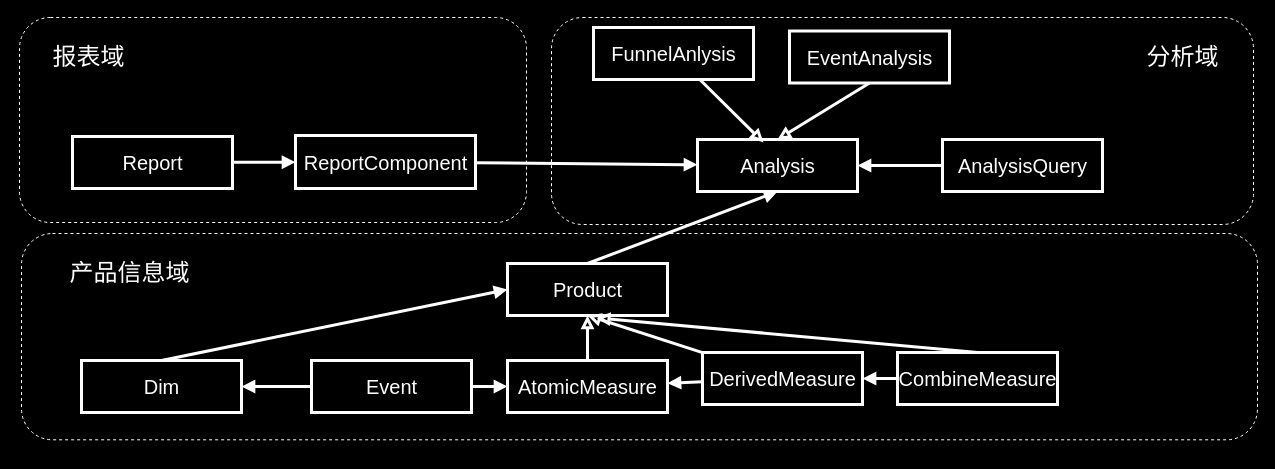
Before: page "Page-1" (1 of 3) of img/Untitled Diagram2.drawio in liuzhenying/liuzhenying.github.io, a draw.io diagram. Source tidied: cells renumbered, new cells numbered last; positions are measured from the earlier drawing's top-left corner, leaving out a move shared by most shapes. Both pictures are drawn from the tidied source at 100%, with x=0, y=0 at pixel (19, 17).
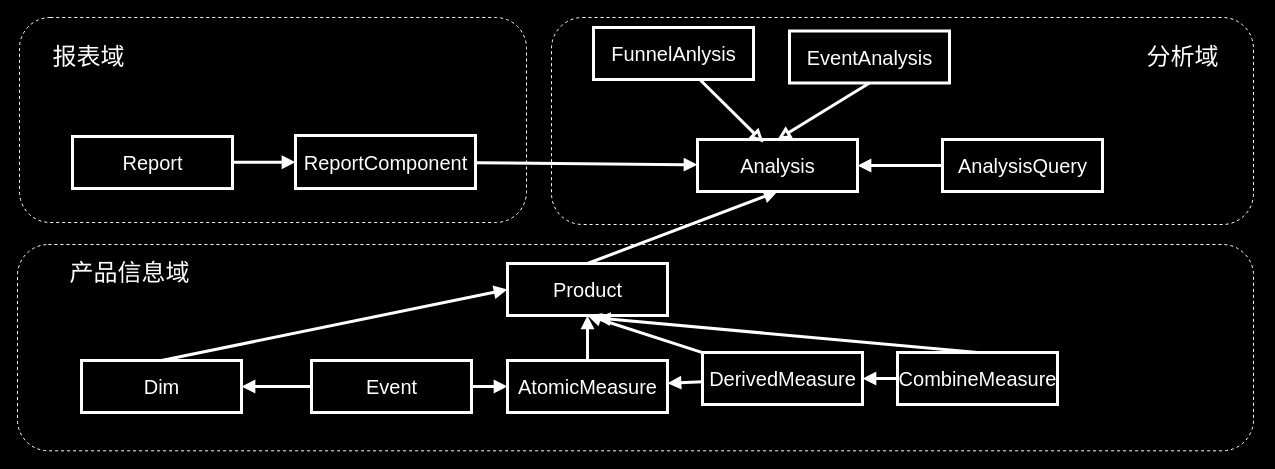
The same diagram, later.

The change refers to these unchanged cells:
```xml
<mxCell id="16" value="&lt;span style=&quot;color: rgb(255, 255, 255); font-size: 20px;&quot;&gt;&lt;font style=&quot;font-size: 20px;&quot;&gt;AtomicMeasure&lt;/font&gt;&lt;/span&gt;" style="html=1;strokeColor=#FFFFFF;strokeWidth=3;fillColor=none;fontSize=20;" parent="1" vertex="1">
  <mxGeometry x="488" y="343" width="160" height="52" as="geometry" />
</mxCell>
<mxCell id="19" value="&lt;span style=&quot;color: rgb(255, 255, 255); font-size: 20px;&quot;&gt;&lt;font style=&quot;font-size: 20px;&quot;&gt;DerivedMeasure&lt;/font&gt;&lt;/span&gt;" style="html=1;strokeColor=#FFFFFF;strokeWidth=3;fillColor=none;fontSize=20;" parent="1" vertex="1">
  <mxGeometry x="683" y="335" width="160" height="52" as="geometry" />
</mxCell>
<mxCell id="22" value="&lt;span style=&quot;color: rgb(255, 255, 255); font-size: 20px;&quot;&gt;&lt;font style=&quot;font-size: 20px;&quot;&gt;CombineMeasure&lt;/font&gt;&lt;/span&gt;" style="html=1;strokeColor=#FFFFFF;strokeWidth=3;fillColor=none;fontSize=20;" parent="1" vertex="1">
  <mxGeometry x="878" y="335" width="160" height="52" as="geometry" />
</mxCell>
<mxCell id="28" value="&lt;font color=&quot;#ffffff&quot;&gt;Product&lt;/font&gt;" style="html=1;strokeColor=#FFFFFF;strokeWidth=3;fillColor=none;fontSize=20;" parent="1" vertex="1">
  <mxGeometry x="488" y="246" width="160" height="52" as="geometry" />
</mxCell>
<mxCell id="31" style="rounded=1;whiteSpace=wrap;html=1;fillColor=none;strokeColor=#FFFFFF;dashed=1;" parent="1" vertex="1">
  <mxGeometry x="532" width="702" height="207" as="geometry" />
</mxCell>
```

The edit, as a diff of the source:
```diff
@@
-    <mxCell id="14" style="edgeStyle=orthogonalEdgeStyle;rounded=0;jettySize=auto;html=1;" parent="1" edge="1" target="31">
-      <mxGeometry relative="1" as="geometry">
-        <mxPoint x="766" y="246" as="sourcePoint" />
-      </mxGeometry>
-    </mxCell>
-    <mxCell id="15" style="rounded=0;jettySize=auto;html=1;entryX=0.5;entryY=1;entryDx=0;entryDy=0;fontSize=20;strokeWidth=3;exitX=0.5;exitY=0;exitDx=0;exitDy=0;fontColor=#FFFFFF;strokeColor=#FFFFFF;endArrow=block;endFill=0;" parent="1" edge="1" source="16" target="28">
+    <mxCell id="15" style="rounded=0;jettySize=auto;html=1;entryX=0.5;entryY=1;entryDx=0;entryDy=0;fontSize=20;strokeWidth=3;exitX=0.5;exitY=0;exitDx=0;exitDy=0;fontColor=#FFFFFF;strokeColor=#FFFFFF;endArrow=block;endFill=1;" parent="1" edge="1" source="16" target="28">
       <mxGeometry relative="1" as="geometry" />
     </mxCell>
@@
-    <mxCell id="17" style="edgeStyle=none;rounded=0;jettySize=auto;html=1;fontSize=20;fontColor=#FFFFFF;endArrow=block;endFill=0;strokeColor=#FFFFFF;strokeWidth=3;entryX=0.5;entryY=1;entryDx=0;entryDy=0;" parent="1" edge="1" source="19" target="28">
+    <mxCell id="17" style="edgeStyle=none;rounded=0;jettySize=auto;html=1;fontSize=20;fontColor=#FFFFFF;endArrow=block;endFill=1;strokeColor=#FFFFFF;strokeWidth=3;entryX=0.5;entryY=1;entryDx=0;entryDy=0;" parent="1" edge="1" source="19" target="28">
       <mxGeometry relative="1" as="geometry" />
     </mxCell>
@@
-    <mxCell id="20" style="edgeStyle=none;rounded=0;jettySize=auto;html=1;entryX=0.557;entryY=1.047;entryDx=0;entryDy=0;fontSize=20;fontColor=#FFFFFF;endArrow=block;endFill=0;strokeColor=#FFFFFF;strokeWidth=3;exitX=0.5;exitY=0;exitDx=0;exitDy=0;entryPerimeter=0;" parent="1" edge="1" source="22" target="28">
+    <mxCell id="20" style="edgeStyle=none;rounded=0;jettySize=auto;html=1;entryX=0.557;entryY=1.047;entryDx=0;entryDy=0;fontSize=20;fontColor=#FFFFFF;endArrow=block;endFill=1;strokeColor=#FFFFFF;strokeWidth=3;exitX=0.5;exitY=0;exitDx=0;exitDy=0;entryPerimeter=0;" parent="1" edge="1" source="22" target="28">
       <mxGeometry relative="1" as="geometry" />
     </mxCell>
@@
     <mxCell id="29" style="rounded=1;whiteSpace=wrap;html=1;fillColor=none;strokeColor=#FFFFFF;dashed=1;" parent="1" vertex="1">
-      <mxGeometry x="2" y="216" width="1236" height="206.3" as="geometry" />
+      <mxGeometry x="-2" y="227" width="1236" height="206.3" as="geometry" />
     </mxCell>
```
